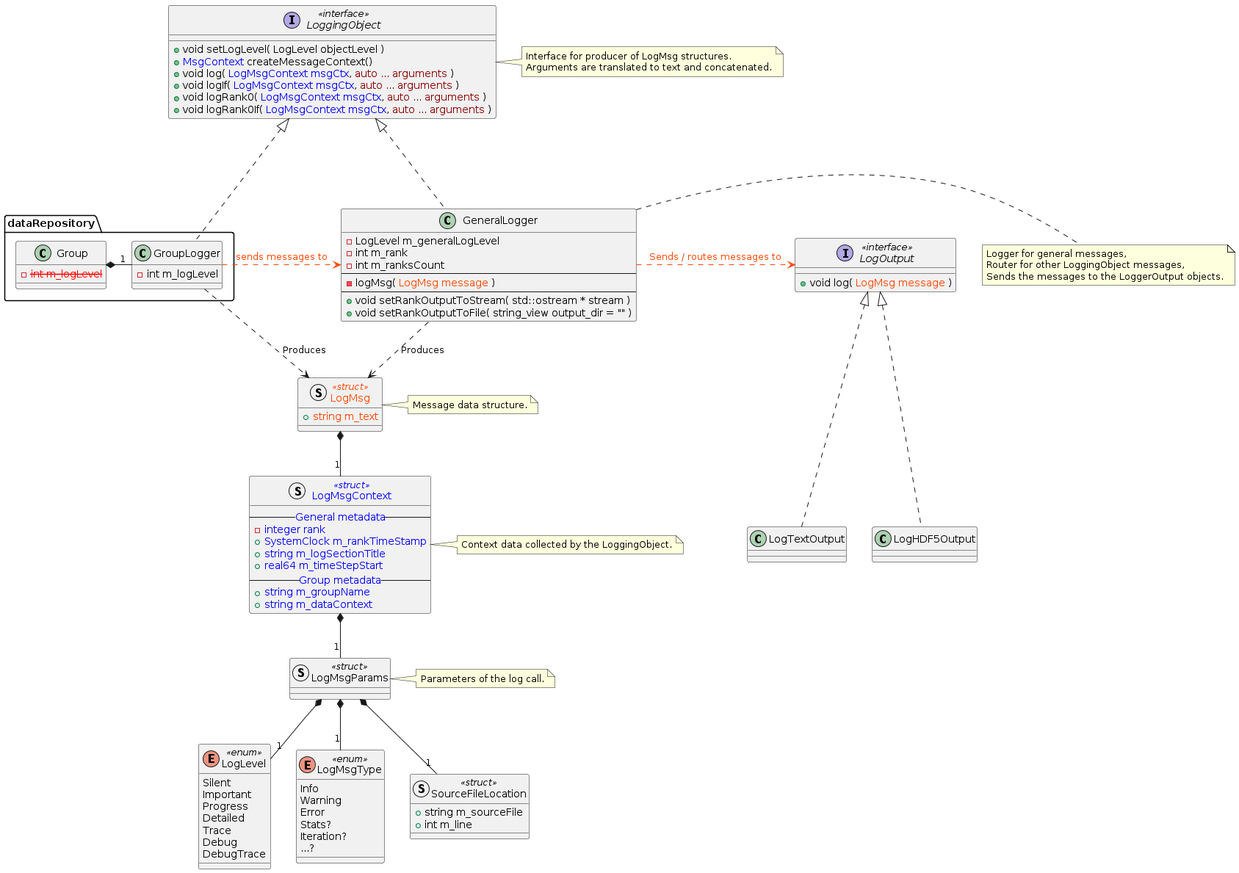
Earlier version of the PlantUML export out/src/coreComponents/common/Logger/Logger Class.png (GEOS-DEV/GEOS). Source of this version:
```plantuml
@startuml Logger Class

set namespaceSeparator ::




enum LogLevel <<enum>> {
  Silent
  Important
  Progress
  Detailed
  Trace
  Debug
  DebugTrace
}

enum LogMsgType <<enum>> {
  Info
  Warning
  Error
  Stats?
  Iteration?
  ...?
}

struct SourceFileLocation <<struct>> {
  + string m_sourceFile
  + int m_line
}

struct LogMsgParams <<struct>> {
}
note right: Parameters of the log call.

struct LogMsgContext <<struct>> #text:Blue {
  -- General metadata --
  - integer rank
  + SystemClock m_rankTimeStamp
  + string m_logSectionTitle
  + real64 m_timeStepStart
  -- Group metadata --
  + string m_groupName
  + string m_dataContext
}
note right: Context data collected by the LoggingObject.

struct LogMsg <<struct>> #text:OrangeRed {
  + string m_text
}
note right: Message data structure.

LogMsgParams *-- "1" SourceFileLocation
LogMsgParams *-- "1" LogMsgType
LogMsgParams *-- "1" LogLevel
LogMsg *-- "1" LogMsgContext
LogMsgContext *-- "1" LogMsgParams




interface LogOutput <<interface>> {
  + void log( <color:OrangeRed>LogMsg message</color> )
}
LogHDF5Output ..u.|> LogOutput
LogTextOutput ..u.|> LogOutput




interface LoggingObject <<interface>> {
  + void setLogLevel( LogLevel objectLevel )
  + <color:Blue>MsgContext</color> createMessageContext()
  + void log( <color:Blue>LogMsgContext msgCtx</color>, <color:DarkRed>auto ... arguments</color> )
  + void logIf( <color:Blue>LogMsgContext msgCtx</color>, <color:DarkRed>auto ... arguments</color> )
  + void logRank0( <color:Blue>LogMsgContext msgCtx</color>, <color:DarkRed>auto ... arguments</color> )
  + void logRank0If( <color:Blue>LogMsgContext msgCtx</color>, <color:DarkRed>auto ... arguments</color> )
}
note right: Interface for producer of LogMsg structures.\nArguments are translated to text and concatenated.



class GeneralLogger {
  - LogLevel m_generalLogLevel
  - int m_rank
  - int m_ranksCount
  --
  - logMsg( <color:OrangeRed>LogMsg message</color> )
  --
  + void setRankOutputToStream( std::ostream * stream )
  + void setRankOutputToFile( string_view output_dir = "" )
}
note right: Logger for general messages,\nRouter for other LoggingObject messages,\nSends the messages to the LoggerOutput objects.
GeneralLogger ..u.|> LoggingObject
GeneralLogger .d.> LogMsg : Produces
GeneralLogger ..r.> LogOutput #OrangeRed;text:OrangeRed : Sends / routes messages to


package dataRepository {
  class GroupLogger {
    - int m_logLevel
  }
  class Group {
    - <color:Red><s>int m_logLevel</s></color>
  }
  GroupLogger ..u.|> LoggingObject
  Group *-r-- "1" GroupLogger
}
dataRepository::GroupLogger ..r.>  GeneralLogger #OrangeRed;text:OrangeRed : "sends messages to"
dataRepository::GroupLogger .d.> LogMsg : Produces





@enduml
```
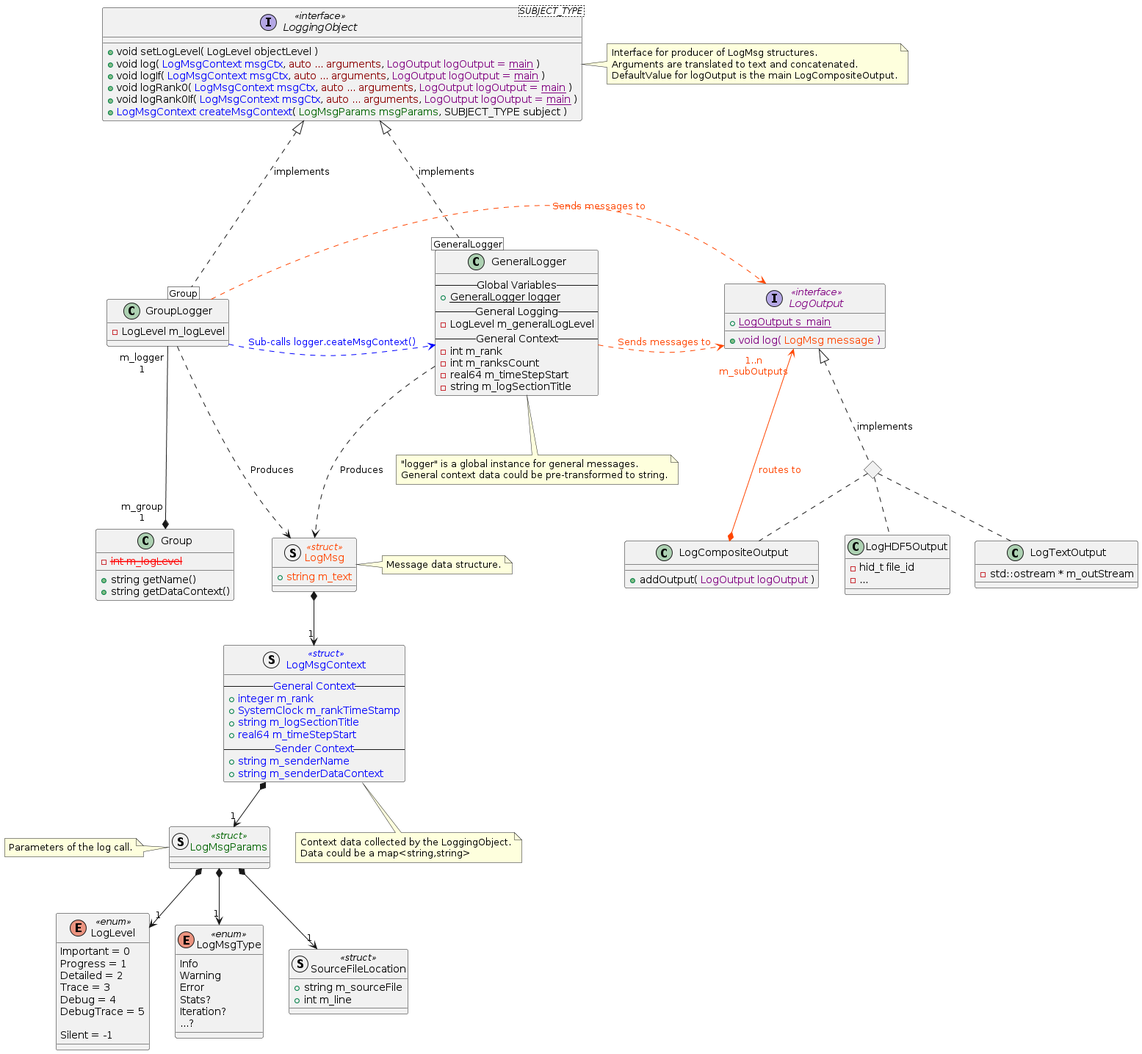
Later version of the same file.

Commit message:
temporally fixing architecture misconceptions (joining png diagram for convenience)

Change to the diagram source:
```diff
@@ -6,13 +6,14 @@
 
 
 enum LogLevel <<enum>> {
-  Silent
-  Important
-  Progress
-  Detailed
-  Trace
-  Debug
-  DebugTrace
+  Important = 0
+  Progress = 1
+  Detailed = 2
+  Trace = 3
+  Debug = 4
+  DebugTrace = 5
+
+  Silent = -1
 }
 
 enum LogMsgType <<enum>> {
@@ -29,85 +30,107 @@
   + int m_line
 }
 
-struct LogMsgParams <<struct>> {
+struct LogMsgParams <<struct>> #text:DarkGreen {
 }
-note right: Parameters of the log call.
+note left: Parameters of the log call.
 
 struct LogMsgContext <<struct>> #text:Blue {
-  -- General metadata --
-  - integer rank
+  -- General Context --
+  + integer m_rank
   + SystemClock m_rankTimeStamp
   + string m_logSectionTitle
   + real64 m_timeStepStart
-  -- Group metadata --
-  + string m_groupName
-  + string m_dataContext
+  -- Sender Context --
+  + string m_senderName
+  + string m_senderDataContext
 }
-note right: Context data collected by the LoggingObject.
+note bottom: Context data collected by the LoggingObject.\nData could be a map<string,string>
 
 struct LogMsg <<struct>> #text:OrangeRed {
   + string m_text
 }
 note right: Message data structure.
 
-LogMsgParams *-- "1" SourceFileLocation
-LogMsgParams *-- "1" LogMsgType
-LogMsgParams *-- "1" LogLevel
-LogMsg *-- "1" LogMsgContext
-LogMsgContext *-- "1" LogMsgParams
+LogMsgParams *--> "1" SourceFileLocation
+LogMsgParams *--> "1" LogMsgType
+LogMsgParams *--> "1" LogLevel
+LogMsg *--> "1" LogMsgContext
+LogMsgContext *--> "1" LogMsgParams
 
 
 
-
-interface LogOutput <<interface>> {
+interface LogOutput <<interface>> #text:Purple {
+  + {static} LogOutput s_main
   + void log( <color:OrangeRed>LogMsg message</color> )
 }
-LogHDF5Output ..u.|> LogOutput
-LogTextOutput ..u.|> LogOutput
+<> LogOutputImplementations
+LogOutput <|.. LogOutputImplementations : implements
+
+class LogCompositeOutput {
+  + addOutput( <color:Purple>LogOutput logOutput</color> )
+}
+LogOutputImplementations .. LogCompositeOutput
+LogCompositeOutput *---> "1..n\nm_subOutputs" LogOutput #OrangeRed;text:OrangeRed : routes to
+
+class LogHDF5Output {
+  - hid_t file_id
+  - ...
+}
+LogOutputImplementations .. LogHDF5Output
+
+class LogTextOutput {
+  - std::ostream * m_outStream
+}
+LogOutputImplementations .. LogTextOutput
+
+LogTextOutput .l[hidden].. LogHDF5Output
+LogHDF5Output .l[hidden].. LogCompositeOutput
 
 
 
-
-interface LoggingObject <<interface>> {
+interface LoggingObject<SUBJECT_TYPE> <<interface>> {
   + void setLogLevel( LogLevel objectLevel )
-  + <color:Blue>MsgContext</color> createMessageContext()
-  + void log( <color:Blue>LogMsgContext msgCtx</color>, <color:DarkRed>auto ... arguments</color> )
-  + void logIf( <color:Blue>LogMsgContext msgCtx</color>, <color:DarkRed>auto ... arguments</color> )
-  + void logRank0( <color:Blue>LogMsgContext msgCtx</color>, <color:DarkRed>auto ... arguments</color> )
-  + void logRank0If( <color:Blue>LogMsgContext msgCtx</color>, <color:DarkRed>auto ... arguments</color> )
+  + void log( <color:Blue>LogMsgContext msgCtx</color>, <color:DarkRed>auto ... arguments</color>, <color:Purple>LogOutput logOutput = <u>main</u></color> )
+  + void logIf( <color:Blue>LogMsgContext msgCtx</color>, <color:DarkRed>auto ... arguments</color>, <color:Purple>LogOutput logOutput = <u>main</u></color> )
+  + void logRank0( <color:Blue>LogMsgContext msgCtx</color>, <color:DarkRed>auto ... arguments</color>, <color:Purple>LogOutput logOutput = <u>main</u></color> )
+  + void logRank0If( <color:Blue>LogMsgContext msgCtx</color>, <color:DarkRed>auto ... arguments</color>, <color:Purple>LogOutput logOutput = <u>main</u></color> )
+  + <color:Blue>LogMsgContext createMsgContext</color>( <color:DarkGreen>LogMsgParams msgParams</color>, SUBJECT_TYPE subject )
 }
-note right: Interface for producer of LogMsg structures.\nArguments are translated to text and concatenated.
+note right: Interface for producer of LogMsg structures.\nArguments are translated to text and concatenated.\nDefaultValue for logOutput is the main LogCompositeOutput.
 
 
 
 class GeneralLogger {
+  -- Global Variables --
+  + {static} GeneralLogger logger
+  -- General Logging --
   - LogLevel m_generalLogLevel
+  -- General Context --
   - int m_rank
   - int m_ranksCount
-  --
-  - logMsg( <color:OrangeRed>LogMsg message</color> )
-  --
-  + void setRankOutputToStream( std::ostream * stream )
-  + void setRankOutputToFile( string_view output_dir = "" )
+  - real64 m_timeStepStart
+  - string m_logSectionTitle
 }
-note right: Logger for general messages,\nRouter for other LoggingObject messages,\nSends the messages to the LoggerOutput objects.
-GeneralLogger ..u.|> LoggingObject
-GeneralLogger .d.> LogMsg : Produces
-GeneralLogger ..r.> LogOutput #OrangeRed;text:OrangeRed : Sends / routes messages to
+note bottom: "logger" is a global instance for general messages.\nGeneral context data could be pre-transformed to string.
+GeneralLogger [GeneralLogger] ..u.|> LoggingObject : implements
+GeneralLogger ..d.> LogMsg : Produces
+GeneralLogger ..r.> LogOutput #OrangeRed;text:OrangeRed : "Sends messages to"
 
 
-package dataRepository {
-  class GroupLogger {
-    - int m_logLevel
-  }
-  class Group {
-    - <color:Red><s>int m_logLevel</s></color>
-  }
-  GroupLogger ..u.|> LoggingObject
-  Group *-r-- "1" GroupLogger
+class GroupLogger {
+  - LogLevel m_logLevel
 }
-dataRepository::GroupLogger ..r.>  GeneralLogger #OrangeRed;text:OrangeRed : "sends messages to"
-dataRepository::GroupLogger .d.> LogMsg : Produces
+class Group {
+  + string getName()
+  + string getDataContext()
+  - <color:Red><s>int m_logLevel</s></color>
+}
+GroupLogger [Group] .u..|> LoggingObject : implements
+Group "m_group\n1" *-u-- "m_logger\n1" GroupLogger
+
+GroupLogger ..r.> LogOutput #OrangeRed;text:OrangeRed : "Sends messages to"
+GroupLogger ..r.> GeneralLogger #Blue;text:Blue : "Sub-calls logger.ceateMsgContext()"
+GroupLogger ..d.> LogMsg : Produces
 
 
 
```
